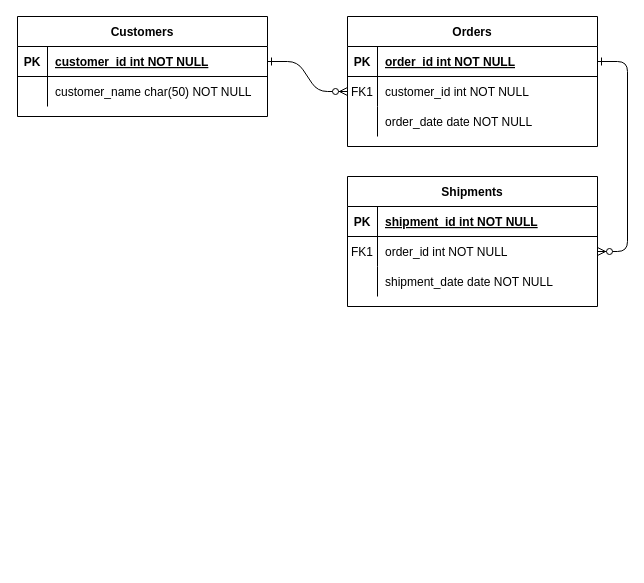
The draw.io diagram Biểu đồ không có tiêu đề.drawio in TrellixVulnTeam/lenleys_server_D82R, before the edit. Source tidied: cells renumbered, new cells numbered last; positions are measured from the earlier drawing's top-left corner, leaving out a move shared by most shapes. Both pictures are drawn from the tidied source at 100%, with x=0, y=0 at pixel (17, 16).
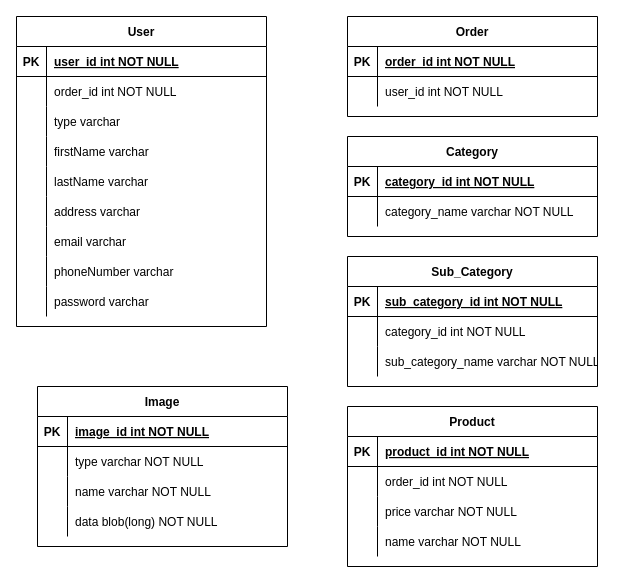
The same page after the edit.

Commit message:
Cập nhật Biểu đồ không có tiêu đề.drawio

Unchanged cells that the change refers to:
```xml
<mxCell id="5" style="shape=partialRectangle;fillColor=none;points=[[0,0.5],[1,0.5]];portConstraint=eastwest;top=0;left=0;right=0;bottom=1;" parent="4" vertex="1">
  <mxGeometry y="30" width="250" height="30" as="geometry" />
</mxCell>
<mxCell id="8" style="shape=partialRectangle;fillColor=none;points=[[0,0.5],[1,0.5]];portConstraint=eastwest;top=0;left=0;right=0;bottom=0;" parent="4" vertex="1">
  <mxGeometry y="60" width="250" height="30" as="geometry" />
</mxCell>
<mxCell id="15" style="shape=partialRectangle;fillColor=none;top=0;left=0;right=0;bottom=1;" parent="14" vertex="1">
  <mxGeometry y="30" width="250" height="30" as="geometry" />
</mxCell>
<mxCell id="25" style="shape=partialRectangle;fillColor=none;points=[[0,0.5],[1,0.5]];portConstraint=eastwest;top=0;left=0;right=0;bottom=1;" parent="24" vertex="1">
  <mxGeometry y="30" width="250" height="30" as="geometry" />
</mxCell>
<mxCell id="28" style="shape=partialRectangle;fillColor=none;top=0;left=0;right=0;bottom=0;" parent="24" vertex="1">
  <mxGeometry y="60" width="250" height="30" as="geometry" />
</mxCell>
```

Diff of the diagram source:
```diff
@@
-    <mxCell id="2" style="edgeStyle=entityRelationEdgeStyle;endArrow=ERzeroToMany;startArrow=ERone;endFill=1;startFill=0;" parent="1" edge="1" source="25" target="8">
-      <mxGeometry relative="1" as="geometry" />
-    </mxCell>
-    <mxCell id="3" style="edgeStyle=entityRelationEdgeStyle;endArrow=ERzeroToMany;startArrow=ERone;endFill=1;startFill=0;" parent="1" edge="1" source="5" target="18">
-      <mxGeometry relative="1" as="geometry" />
-    </mxCell>
-    <mxCell id="4" value="Orders" style="shape=table;startSize=30;childLayout=tableLayout;rowLines=0;fontStyle=1;align=center;" parent="1" vertex="1">
-      <mxGeometry x="330" width="250" height="130" as="geometry" />
+    <mxCell id="4" value="Order" style="shape=table;startSize=30;childLayout=tableLayout;rowLines=0;fontStyle=1;align=center;" parent="1" vertex="1">
+      <mxGeometry x="330" width="250" height="100" as="geometry" />
     </mxCell>
@@
-    <mxCell id="9" value="FK1" style="shape=partialRectangle;overflow=hidden;fillColor=none;top=0;left=0;bottom=0;right=0;" parent="8" vertex="1">
+    <mxCell id="9" style="shape=partialRectangle;overflow=hidden;fillColor=none;top=0;left=0;bottom=0;right=0;" parent="8" vertex="1">
       <mxGeometry width="30" height="30" as="geometry" />
     </mxCell>
-    <mxCell id="10" value="customer_id int NOT NULL" style="shape=partialRectangle;overflow=hidden;fillColor=none;top=0;left=0;bottom=0;right=0;align=left;spacingLeft=6;" parent="8" vertex="1">
+    <mxCell id="10" value="user_id int NOT NULL" style="shape=partialRectangle;overflow=hidden;fillColor=none;top=0;left=0;bottom=0;right=0;align=left;spacingLeft=6;" parent="8" vertex="1">
       <mxGeometry x="30" width="220" height="30" as="geometry" />
     </mxCell>
-    <mxCell id="11" style="shape=partialRectangle;fillColor=none;top=0;left=0;right=0;bottom=0;" parent="4" vertex="1">
-      <mxGeometry y="90" width="250" height="30" as="geometry" />
-    </mxCell>
-    <mxCell id="12" style="shape=partialRectangle;overflow=hidden;fillColor=none;top=0;left=0;bottom=0;right=0;" parent="11" vertex="1">
-      <mxGeometry width="30" height="30" as="geometry" />
-    </mxCell>
-    <mxCell id="13" value="order_date date NOT NULL" style="shape=partialRectangle;overflow=hidden;fillColor=none;top=0;left=0;bottom=0;right=0;align=left;spacingLeft=6;" parent="11" vertex="1">
-      <mxGeometry x="30" width="220" height="30" as="geometry" />
-    </mxCell>
-    <mxCell id="14" value="Shipments" style="shape=table;startSize=30;childLayout=tableLayout;rowLines=0;fontStyle=1;align=center;" parent="1" vertex="1">
-      <mxGeometry x="330" y="160" width="250" height="130" as="geometry" />
+    <mxCell id="14" value="Category" style="shape=table;startSize=30;childLayout=tableLayout;rowLines=0;fontStyle=1;align=center;" parent="1" vertex="1">
+      <mxGeometry x="330" y="120" width="250" height="100" as="geometry" />
     </mxCell>
@@
-    <mxCell id="17" value="shipment_id int NOT NULL " style="shape=partialRectangle;overflow=hidden;fillColor=none;top=0;left=0;bottom=0;right=0;align=left;spacingLeft=6;fontStyle=5;" parent="15" vertex="1">
+    <mxCell id="17" value="category_id int NOT NULL " style="shape=partialRectangle;overflow=hidden;fillColor=none;top=0;left=0;bottom=0;right=0;align=left;spacingLeft=6;fontStyle=5;" parent="15" vertex="1">
       <mxGeometry x="30" width="220" height="30" as="geometry" />
     </mxCell>
-    <mxCell id="18" style="shape=partialRectangle;fillColor=none;points=[[0,0.5],[1,0.5]];portConstraint=eastwest;top=0;left=0;right=0;bottom=0;" parent="14" vertex="1">
-      <mxGeometry y="60" width="250" height="30" as="geometry" />
-    </mxCell>
-    <mxCell id="19" value="FK1" style="shape=partialRectangle;overflow=hidden;fillColor=none;top=0;left=0;bottom=0;right=0;" parent="18" vertex="1">
-      <mxGeometry width="30" height="30" as="geometry" />
-    </mxCell>
-    <mxCell id="20" value="order_id int NOT NULL" style="shape=partialRectangle;overflow=hidden;fillColor=none;top=0;left=0;bottom=0;right=0;align=left;spacingLeft=6;" parent="18" vertex="1">
-      <mxGeometry x="30" width="220" height="30" as="geometry" />
-    </mxCell>
     <mxCell id="21" style="shape=partialRectangle;fillColor=none;top=0;left=0;right=0;bottom=0;" parent="14" vertex="1">
-      <mxGeometry y="90" width="250" height="30" as="geometry" />
+      <mxGeometry y="60" width="250" height="30" as="geometry" />
     </mxCell>
@@
-    <mxCell id="23" value="shipment_date date NOT NULL" style="shape=partialRectangle;overflow=hidden;fillColor=none;top=0;left=0;bottom=0;right=0;align=left;spacingLeft=6;" parent="21" vertex="1">
+    <mxCell id="23" value="category_name varchar NOT NULL" style="shape=partialRectangle;overflow=hidden;fillColor=none;top=0;left=0;bottom=0;right=0;align=left;spacingLeft=6;" parent="21" vertex="1">
       <mxGeometry x="30" width="220" height="30" as="geometry" />
     </mxCell>
-    <mxCell id="24" value="Customers" style="shape=table;startSize=30;childLayout=tableLayout;rowLines=0;fontStyle=1;align=center;" parent="1" vertex="1">
-      <mxGeometry width="250" height="100" as="geometry" />
+    <mxCell id="24" value="User" style="shape=table;startSize=30;childLayout=tableLayout;rowLines=0;fontStyle=1;align=center;" parent="1" vertex="1">
+      <mxGeometry x="-1" width="250" height="310" as="geometry" />
     </mxCell>
@@
-    <mxCell id="27" value="customer_id int NOT NULL " style="shape=partialRectangle;overflow=hidden;fillColor=none;top=0;left=0;bottom=0;right=0;align=left;spacingLeft=6;fontStyle=5;" parent="25" vertex="1">
+    <mxCell id="27" value="user_id int NOT NULL " style="shape=partialRectangle;overflow=hidden;fillColor=none;top=0;left=0;bottom=0;right=0;align=left;spacingLeft=6;fontStyle=5;" parent="25" vertex="1">
       <mxGeometry x="30" width="220" height="30" as="geometry" />
     </mxCell>
@@
-    <mxCell id="30" value="customer_name char(50) NOT NULL" style="shape=partialRectangle;overflow=hidden;fillColor=none;top=0;left=0;bottom=0;right=0;align=left;spacingLeft=6;" parent="28" vertex="1">
+    <mxCell id="30" value="order_id int NOT NULL" style="shape=partialRectangle;overflow=hidden;fillColor=none;top=0;left=0;bottom=0;right=0;align=left;spacingLeft=6;fontStyle=0;" parent="28" vertex="1">
       <mxGeometry x="30" width="220" height="30" as="geometry" />
     </mxCell>
+    <mxCell id="31" style="shape=partialRectangle;fillColor=none;top=0;left=0;right=0;bottom=0;" parent="24" vertex="1">
+      <mxGeometry y="90" width="250" height="30" as="geometry" />
+    </mxCell>
+    <mxCell id="32" style="shape=partialRectangle;overflow=hidden;fillColor=none;top=0;left=0;bottom=0;right=0;" parent="31" vertex="1">
+      <mxGeometry width="30" height="30" as="geometry" />
+    </mxCell>
+    <mxCell id="33" value="type varchar" style="shape=partialRectangle;overflow=hidden;fillColor=none;top=0;left=0;bottom=0;right=0;align=left;spacingLeft=6;fontStyle=0;" parent="31" vertex="1">
+      <mxGeometry x="30" width="220" height="30" as="geometry" />
+    </mxCell>
+    <mxCell id="34" style="shape=partialRectangle;fillColor=none;top=0;left=0;right=0;bottom=0;" parent="24" vertex="1">
+      <mxGeometry y="120" width="250" height="30" as="geometry" />
+    </mxCell>
+    <mxCell id="35" style="shape=partialRectangle;overflow=hidden;fillColor=none;top=0;left=0;bottom=0;right=0;" parent="34" vertex="1">
+      <mxGeometry width="30" height="30" as="geometry" />
+    </mxCell>
+    <mxCell id="36" value="firstName varchar" style="shape=partialRectangle;overflow=hidden;fillColor=none;top=0;left=0;bottom=0;right=0;align=left;spacingLeft=6;fontStyle=0;" parent="34" vertex="1">
+      <mxGeometry x="30" width="220" height="30" as="geometry" />
+    </mxCell>
+    <mxCell id="37" style="shape=partialRectangle;fillColor=none;top=0;left=0;right=0;bottom=0;" parent="24" vertex="1">
+      <mxGeometry y="150" width="250" height="30" as="geometry" />
+    </mxCell>
+    <mxCell id="38" style="shape=partialRectangle;overflow=hidden;fillColor=none;top=0;left=0;bottom=0;right=0;" parent="37" vertex="1">
+      <mxGeometry width="30" height="30" as="geometry" />
+    </mxCell>
+    <mxCell id="39" value="lastName varchar" style="shape=partialRectangle;overflow=hidden;fillColor=none;top=0;left=0;bottom=0;right=0;align=left;spacingLeft=6;fontStyle=0;" parent="37" vertex="1">
+      <mxGeometry x="30" width="220" height="30" as="geometry" />
+    </mxCell>
+    <mxCell id="40" style="shape=partialRectangle;fillColor=none;top=0;left=0;right=0;bottom=0;" parent="24" vertex="1">
+      <mxGeometry y="180" width="250" height="30" as="geometry" />
+    </mxCell>
+    <mxCell id="41" style="shape=partialRectangle;overflow=hidden;fillColor=none;top=0;left=0;bottom=0;right=0;" parent="40" vertex="1">
+      <mxGeometry width="30" height="30" as="geometry" />
+    </mxCell>
+    <mxCell id="42" value="address varchar" style="shape=partialRectangle;overflow=hidden;fillColor=none;top=0;left=0;bottom=0;right=0;align=left;spacingLeft=6;fontStyle=0;" parent="40" vertex="1">
+      <mxGeometry x="30" width="220" height="30" as="geometry" />
+    </mxCell>
+    <mxCell id="43" style="shape=partialRectangle;fillColor=none;top=0;left=0;right=0;bottom=0;" parent="24" vertex="1">
+      <mxGeometry y="210" width="250" height="30" as="geometry" />
+    </mxCell>
+    <mxCell id="44" style="shape=partialRectangle;overflow=hidden;fillColor=none;top=0;left=0;bottom=0;right=0;" parent="43" vertex="1">
+      <mxGeometry width="30" height="30" as="geometry" />
+    </mxCell>
+    <mxCell id="45" value="email varchar" style="shape=partialRectangle;overflow=hidden;fillColor=none;top=0;left=0;bottom=0;right=0;align=left;spacingLeft=6;fontStyle=0;" parent="43" vertex="1">
+      <mxGeometry x="30" width="220" height="30" as="geometry" />
+    </mxCell>
+    <mxCell id="46" style="shape=partialRectangle;fillColor=none;top=0;left=0;right=0;bottom=0;" parent="24" vertex="1">
+      <mxGeometry y="240" width="250" height="30" as="geometry" />
+    </mxCell>
+    <mxCell id="47" style="shape=partialRectangle;overflow=hidden;fillColor=none;top=0;left=0;bottom=0;right=0;" parent="46" vertex="1">
+      <mxGeometry width="30" height="30" as="geometry" />
+    </mxCell>
+    <mxCell id="48" value="phoneNumber varchar" style="shape=partialRectangle;overflow=hidden;fillColor=none;top=0;left=0;bottom=0;right=0;align=left;spacingLeft=6;fontStyle=0;" parent="46" vertex="1">
+      <mxGeometry x="30" width="220" height="30" as="geometry" />
+    </mxCell>
+    <mxCell id="49" style="shape=partialRectangle;fillColor=none;top=0;left=0;right=0;bottom=0;" parent="24" vertex="1">
+      <mxGeometry y="270" width="250" height="30" as="geometry" />
+    </mxCell>
+    <mxCell id="50" style="shape=partialRectangle;overflow=hidden;fillColor=none;top=0;left=0;bottom=0;right=0;" parent="49" vertex="1">
+      <mxGeometry width="30" height="30" as="geometry" />
+    </mxCell>
+    <mxCell id="51" value="password varchar" style="shape=partialRectangle;overflow=hidden;fillColor=none;top=0;left=0;bottom=0;right=0;align=left;spacingLeft=6;fontStyle=0;" parent="49" vertex="1">
+      <mxGeometry x="30" width="220" height="30" as="geometry" />
+    </mxCell>
+    <mxCell id="52" value="Sub_Category" style="shape=table;startSize=30;childLayout=tableLayout;rowLines=0;fontStyle=1;align=center;" parent="1" vertex="1">
+      <mxGeometry x="330" y="240" width="250" height="130" as="geometry" />
+    </mxCell>
+    <mxCell id="53" style="shape=partialRectangle;fillColor=none;top=0;left=0;right=0;bottom=1;" parent="52" vertex="1">
+      <mxGeometry y="30" width="250" height="30" as="geometry" />
+    </mxCell>
+    <mxCell id="54" value="PK" style="shape=partialRectangle;overflow=hidden;fillColor=none;top=0;left=0;bottom=0;right=0;fontStyle=1;" parent="53" vertex="1">
+      <mxGeometry width="30" height="30" as="geometry" />
+    </mxCell>
+    <mxCell id="55" value="sub_category_id int NOT NULL " style="shape=partialRectangle;overflow=hidden;fillColor=none;top=0;left=0;bottom=0;right=0;align=left;spacingLeft=6;fontStyle=5;" parent="53" vertex="1">
+      <mxGeometry x="30" width="220" height="30" as="geometry" />
+    </mxCell>
+    <mxCell id="56" style="shape=partialRectangle;fillColor=none;top=0;left=0;right=0;bottom=0;" parent="52" vertex="1">
+      <mxGeometry y="60" width="250" height="30" as="geometry" />
+    </mxCell>
+    <mxCell id="57" style="shape=partialRectangle;overflow=hidden;fillColor=none;top=0;left=0;bottom=0;right=0;" parent="56" vertex="1">
+      <mxGeometry width="30" height="30" as="geometry" />
+    </mxCell>
+    <mxCell id="58" value="category_id int NOT NULL" style="shape=partialRectangle;overflow=hidden;fillColor=none;top=0;left=0;bottom=0;right=0;align=left;spacingLeft=6;" parent="56" vertex="1">
+      <mxGeometry x="30" width="220" height="30" as="geometry" />
+    </mxCell>
+    <mxCell id="59" style="shape=partialRectangle;fillColor=none;top=0;left=0;right=0;bottom=0;" parent="52" vertex="1">
+      <mxGeometry y="90" width="250" height="30" as="geometry" />
+    </mxCell>
+    <mxCell id="60" style="shape=partialRectangle;overflow=hidden;fillColor=none;top=0;left=0;bottom=0;right=0;" parent="59" vertex="1">
+      <mxGeometry width="30" height="30" as="geometry" />
+    </mxCell>
+    <mxCell id="61" value="sub_category_name varchar NOT NULL" style="shape=partialRectangle;overflow=hidden;fillColor=none;top=0;left=0;bottom=0;right=0;align=left;spacingLeft=6;" parent="59" vertex="1">
+      <mxGeometry x="30" width="220" height="30" as="geometry" />
+    </mxCell>
+    <mxCell id="62" value="Product" style="shape=table;startSize=30;childLayout=tableLayout;rowLines=0;fontStyle=1;align=center;" parent="1" vertex="1">
+      <mxGeometry x="330" y="390" width="250" height="160" as="geometry" />
+    </mxCell>
+    <mxCell id="63" style="shape=partialRectangle;fillColor=none;top=0;left=0;right=0;bottom=1;" parent="62" vertex="1">
+      <mxGeometry y="30" width="250" height="30" as="geometry" />
+    </mxCell>
+    <mxCell id="64" value="PK" style="shape=partialRectangle;overflow=hidden;fillColor=none;top=0;left=0;bottom=0;right=0;fontStyle=1;" parent="63" vertex="1">
+      <mxGeometry width="30" height="30" as="geometry" />
+    </mxCell>
+    <mxCell id="65" value="product_id int NOT NULL " style="shape=partialRectangle;overflow=hidden;fillColor=none;top=0;left=0;bottom=0;right=0;align=left;spacingLeft=6;fontStyle=5;" parent="63" vertex="1">
+      <mxGeometry x="30" width="220" height="30" as="geometry" />
+    </mxCell>
+    <mxCell id="66" style="shape=partialRectangle;fillColor=none;top=0;left=0;right=0;bottom=0;" parent="62" vertex="1">
+      <mxGeometry y="60" width="250" height="30" as="geometry" />
+    </mxCell>
+    <mxCell id="67" style="shape=partialRectangle;overflow=hidden;fillColor=none;top=0;left=0;bottom=0;right=0;" parent="66" vertex="1">
+      <mxGeometry width="30" height="30" as="geometry" />
+    </mxCell>
+    <mxCell id="20" value="order_id int NOT NULL" style="shape=partialRectangle;overflow=hidden;fillColor=none;top=0;left=0;bottom=0;right=0;align=left;spacingLeft=6;" parent="66" vertex="1">
+      <mxGeometry x="30" width="220" height="30" as="geometry" />
+    </mxCell>
+    <mxCell id="68" style="shape=partialRectangle;fillColor=none;top=0;left=0;right=0;bottom=0;" parent="62" vertex="1">
+      <mxGeometry y="90" width="250" height="30" as="geometry" />
+    </mxCell>
+    <mxCell id="69" style="shape=partialRectangle;overflow=hidden;fillColor=none;top=0;left=0;bottom=0;right=0;" parent="68" vertex="1">
+      <mxGeometry width="30" height="30" as="geometry" />
+    </mxCell>
+    <mxCell id="70" value="price varchar NOT NULL" style="shape=partialRectangle;overflow=hidden;fillColor=none;top=0;left=0;bottom=0;right=0;align=left;spacingLeft=6;" parent="68" vertex="1">
+      <mxGeometry x="30" width="220" height="30" as="geometry" />
+    </mxCell>
+    <mxCell id="71" style="shape=partialRectangle;fillColor=none;top=0;left=0;right=0;bottom=0;" parent="62" vertex="1">
+      <mxGeometry y="120" width="250" height="30" as="geometry" />
+    </mxCell>
+    <mxCell id="72" style="shape=partialRectangle;overflow=hidden;fillColor=none;top=0;left=0;bottom=0;right=0;" parent="71" vertex="1">
+      <mxGeometry width="30" height="30" as="geometry" />
+    </mxCell>
+    <mxCell id="73" value="name varchar NOT NULL" style="shape=partialRectangle;overflow=hidden;fillColor=none;top=0;left=0;bottom=0;right=0;align=left;spacingLeft=6;" parent="71" vertex="1">
+      <mxGeometry x="30" width="220" height="30" as="geometry" />
+    </mxCell>
+    <mxCell id="74" value="Image" style="shape=table;startSize=30;childLayout=tableLayout;rowLines=0;fontStyle=1;align=center;" parent="1" vertex="1">
+      <mxGeometry x="20" y="370" width="250" height="160" as="geometry" />
+    </mxCell>
+    <mxCell id="75" style="shape=partialRectangle;fillColor=none;top=0;left=0;right=0;bottom=1;" parent="74" vertex="1">
+      <mxGeometry y="30" width="250" height="30" as="geometry" />
+    </mxCell>
+    <mxCell id="76" value="PK" style="shape=partialRectangle;overflow=hidden;fillColor=none;top=0;left=0;bottom=0;right=0;fontStyle=1;" parent="75" vertex="1">
+      <mxGeometry width="30" height="30" as="geometry" />
+    </mxCell>
+    <mxCell id="77" value="image_id int NOT NULL " style="shape=partialRectangle;overflow=hidden;fillColor=none;top=0;left=0;bottom=0;right=0;align=left;spacingLeft=6;fontStyle=5;" parent="75" vertex="1">
+      <mxGeometry x="30" width="220" height="30" as="geometry" />
+    </mxCell>
+    <mxCell id="78" style="shape=partialRectangle;fillColor=none;top=0;left=0;right=0;bottom=0;" parent="74" vertex="1">
+      <mxGeometry y="60" width="250" height="30" as="geometry" />
+    </mxCell>
+    <mxCell id="79" style="shape=partialRectangle;overflow=hidden;fillColor=none;top=0;left=0;bottom=0;right=0;" parent="78" vertex="1">
+      <mxGeometry width="30" height="30" as="geometry" />
+    </mxCell>
+    <mxCell id="80" value="type varchar NOT NULL" style="shape=partialRectangle;overflow=hidden;fillColor=none;top=0;left=0;bottom=0;right=0;align=left;spacingLeft=6;" parent="78" vertex="1">
+      <mxGeometry x="30" width="220" height="30" as="geometry" />
+    </mxCell>
+    <mxCell id="81" style="shape=partialRectangle;fillColor=none;top=0;left=0;right=0;bottom=0;" parent="74" vertex="1">
+      <mxGeometry y="90" width="250" height="30" as="geometry" />
+    </mxCell>
+    <mxCell id="82" style="shape=partialRectangle;overflow=hidden;fillColor=none;top=0;left=0;bottom=0;right=0;" parent="81" vertex="1">
+      <mxGeometry width="30" height="30" as="geometry" />
+    </mxCell>
+    <mxCell id="83" value="name varchar NOT NULL" style="shape=partialRectangle;overflow=hidden;fillColor=none;top=0;left=0;bottom=0;right=0;align=left;spacingLeft=6;" parent="81" vertex="1">
+      <mxGeometry x="30" width="220" height="30" as="geometry" />
+    </mxCell>
+    <mxCell id="84" style="shape=partialRectangle;fillColor=none;top=0;left=0;right=0;bottom=0;" parent="74" vertex="1">
+      <mxGeometry y="120" width="250" height="30" as="geometry" />
+    </mxCell>
+    <mxCell id="85" style="shape=partialRectangle;overflow=hidden;fillColor=none;top=0;left=0;bottom=0;right=0;" parent="84" vertex="1">
+      <mxGeometry width="30" height="30" as="geometry" />
+    </mxCell>
+    <mxCell id="86" value="data blob(long) NOT NULL" style="shape=partialRectangle;overflow=hidden;fillColor=none;top=0;left=0;bottom=0;right=0;align=left;spacingLeft=6;" parent="84" vertex="1">
+      <mxGeometry x="30" width="220" height="30" as="geometry" />
+    </mxCell>
```
